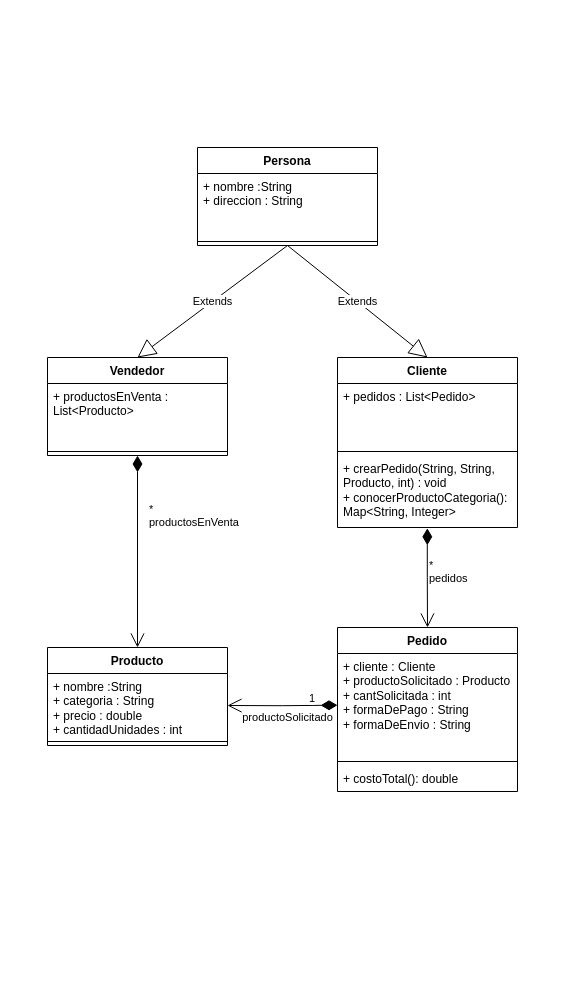
Earlier version of the draw.io diagram ejercicio23-mercado-de-objetos/Ejercicio23_UML.drawio (imnotsetro/OO1). Source tidied: cells renumbered, new cells numbered last; positions are measured from the earlier drawing's top-left corner, leaving out a move shared by most shapes. Both pictures are drawn from the tidied source at 100%, with x=0, y=0 at pixel (47, 147).
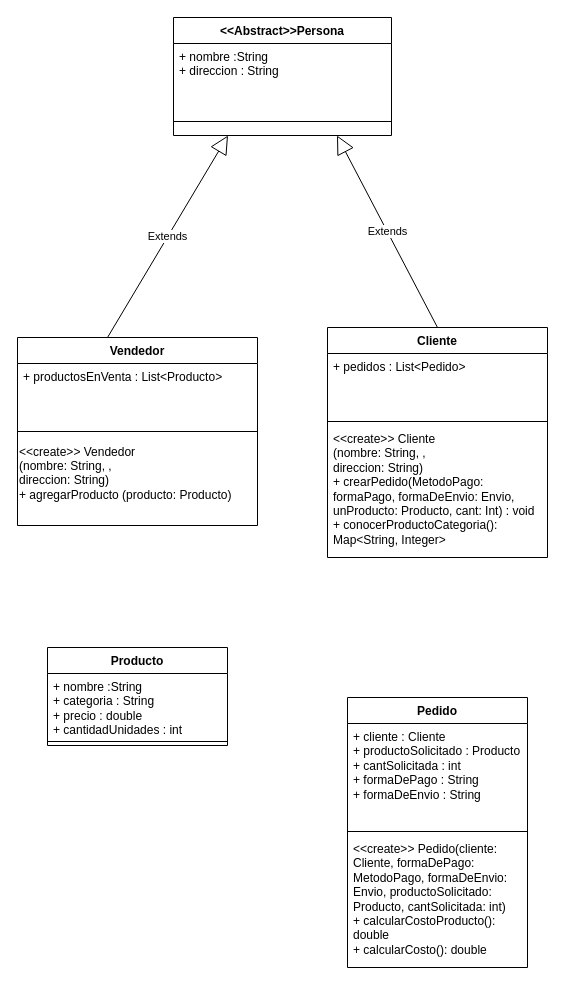
After the change.

The change refers to these unchanged cells:
```xml
<mxCell id="5" value="Producto" style="swimlane;fontStyle=1;align=center;verticalAlign=top;horizontal=1;startSize=26;whiteSpace=wrap;html=1;" parent="1" vertex="1">
  <mxGeometry y="500" width="180" height="98" as="geometry" />
</mxCell>
<mxCell id="6" value="&lt;div&gt;+ nombre :String&lt;/div&gt;&lt;div&gt;+ categoria : String&lt;/div&gt;&lt;div&gt;+ precio : double&lt;/div&gt;&lt;div&gt;+ cantidadUnidades : int&lt;/div&gt;" style="text;strokeColor=none;fillColor=none;align=left;verticalAlign=top;spacingLeft=4;spacingRight=4;overflow=hidden;points=[[0,0.5],[1,0.5]];portConstraint=eastwest;whiteSpace=wrap;html=1;" parent="5" vertex="1">
  <mxGeometry y="26" width="180" height="64" as="geometry" />
</mxCell>
```

What changed in the source:
```diff
@@
     <mxCell id="2" value="Vendedor" style="swimlane;fontStyle=1;align=center;verticalAlign=top;horizontal=1;startSize=26;whiteSpace=wrap;html=1;" parent="1" vertex="1">
-      <mxGeometry y="210" width="180" height="98" as="geometry" />
+      <mxGeometry x="-30" y="190" width="240" height="188" as="geometry" />
     </mxCell>
+    <mxCell id="25" value="Extends" style="endArrow=block;endSize=16;endFill=0;html=1;rounded=0;entryX=0.25;entryY=1;entryDx=0;entryDy=0;" parent="2" edge="1" target="8">
+      <mxGeometry relative="1" as="geometry">
+        <mxPoint x="90" as="sourcePoint" />
+      </mxGeometry>
+    </mxCell>
     <mxCell id="3" value="&lt;div&gt;+ productosEnVenta : List&amp;lt;Producto&amp;gt;&lt;br&gt;&lt;/div&gt;" style="text;strokeColor=none;fillColor=none;align=left;verticalAlign=top;spacingLeft=4;spacingRight=4;overflow=hidden;whiteSpace=wrap;html=1;" parent="2" vertex="1">
-      <mxGeometry y="26" width="180" height="64" as="geometry" />
+      <mxGeometry y="26" width="240" height="64" as="geometry" />
     </mxCell>
     <mxCell id="4" style="line;strokeWidth=1;fillColor=none;align=left;verticalAlign=middle;spacingTop=-1;spacingLeft=3;spacingRight=3;labelPosition=right;strokeColor=inherit;" parent="2" vertex="1">
-      <mxGeometry y="90" width="180" height="8" as="geometry" />
+      <mxGeometry y="90" width="240" height="8" as="geometry" />
     </mxCell>
+    <mxCell id="26" value="&lt;div&gt;&amp;lt;&amp;lt;create&amp;gt;&amp;gt; Vendedor&amp;nbsp;&lt;/div&gt;&lt;div&gt;(nombre: String, ,&amp;nbsp;&lt;/div&gt;&lt;div&gt;direccion: String)&lt;/div&gt;&lt;div&gt;+ agregarProducto (producto: Producto)&lt;br&gt;&lt;/div&gt;&lt;div&gt;&lt;br&gt;&lt;/div&gt;" style="text;html=1;align=left;verticalAlign=middle;strokeColor=none;fillColor=none;" parent="2" vertex="1">
+      <mxGeometry y="98" width="240" height="90" as="geometry" />
+    </mxCell>
@@
-    <mxCell id="8" value="Persona" style="swimlane;fontStyle=1;align=center;verticalAlign=top;horizontal=1;startSize=26;whiteSpace=wrap;html=1;" parent="1" vertex="1">
-      <mxGeometry x="150" width="180" height="98" as="geometry" />
+    <mxCell id="8" value="&amp;lt;&amp;lt;Abstract&amp;gt;&amp;gt;Persona" style="swimlane;fontStyle=1;align=center;verticalAlign=top;horizontal=1;startSize=26;whiteSpace=wrap;html=1;" parent="1" vertex="1">
+      <mxGeometry x="126" y="-130" width="218" height="118" as="geometry" />
     </mxCell>
     <mxCell id="9" value="&lt;div&gt;+ nombre :String&lt;/div&gt;&lt;div&gt;+ direccion : String&lt;/div&gt;" style="text;strokeColor=none;fillColor=none;align=left;verticalAlign=top;spacingLeft=4;spacingRight=4;overflow=hidden;whiteSpace=wrap;html=1;" parent="8" vertex="1">
-      <mxGeometry y="26" width="180" height="64" as="geometry" />
+      <mxGeometry y="26" width="218" height="64" as="geometry" />
     </mxCell>
     <mxCell id="10" style="line;strokeWidth=1;fillColor=none;align=left;verticalAlign=middle;spacingTop=-1;spacingLeft=3;spacingRight=3;labelPosition=right;strokeColor=inherit;" parent="8" vertex="1">
-      <mxGeometry y="90" width="180" height="8" as="geometry" />
+      <mxGeometry y="90" width="218" height="28" as="geometry" />
     </mxCell>
     <mxCell id="11" value="Cliente" style="swimlane;fontStyle=1;align=center;verticalAlign=top;horizontal=1;startSize=26;whiteSpace=wrap;html=1;" parent="1" vertex="1">
-      <mxGeometry x="290" y="210" width="180" height="170" as="geometry" />
+      <mxGeometry x="280" y="180" width="220" height="230" as="geometry" />
     </mxCell>
     <mxCell id="12" value="&lt;div&gt;+ pedidos : List&amp;lt;Pedido&amp;gt;&lt;br&gt;&lt;/div&gt;" style="text;strokeColor=none;fillColor=none;align=left;verticalAlign=top;spacingLeft=4;spacingRight=4;overflow=hidden;whiteSpace=wrap;html=1;" parent="11" vertex="1">
-      <mxGeometry y="26" width="180" height="64" as="geometry" />
+      <mxGeometry y="26" width="220" height="64" as="geometry" />
     </mxCell>
     <mxCell id="13" style="line;strokeWidth=1;fillColor=none;align=left;verticalAlign=middle;spacingTop=-1;spacingLeft=3;spacingRight=3;labelPosition=right;strokeColor=inherit;" parent="11" vertex="1">
-      <mxGeometry y="90" width="180" height="8" as="geometry" />
+      <mxGeometry y="90" width="220" height="8" as="geometry" />
     </mxCell>
-    <mxCell id="14" value="&lt;div&gt;+ crearPedido(String, String, Producto, int) : void&lt;/div&gt;&lt;div&gt;+ conocerProductoCategoria(): Map&amp;lt;String, Integer&amp;gt;&lt;br&gt;&lt;/div&gt;" style="text;strokeColor=none;fillColor=none;align=left;verticalAlign=top;spacingLeft=4;spacingRight=4;overflow=hidden;points=[[0,0.5],[1,0.5]];portConstraint=eastwest;whiteSpace=wrap;html=1;" parent="11" vertex="1">
-      <mxGeometry y="98" width="180" height="72" as="geometry" />
+    <mxCell id="14" value="&lt;div&gt;&lt;div&gt;&amp;lt;&amp;lt;create&amp;gt;&amp;gt; Cliente&lt;/div&gt;&lt;div&gt;(nombre: String, ,&amp;nbsp;&lt;/div&gt;&lt;div&gt;direccion: String)&lt;/div&gt;+ crearPedido(MetodoPago: formaPago, formaDeEnvio: Envio, unProducto: Producto, cant: Int) : void&lt;/div&gt;&lt;div&gt;+ conocerProductoCategoria(): Map&amp;lt;String, Integer&amp;gt;&lt;br&gt;&lt;/div&gt;" style="text;strokeColor=none;fillColor=none;align=left;verticalAlign=top;spacingLeft=4;spacingRight=4;overflow=hidden;points=[[0,0.5],[1,0.5]];portConstraint=eastwest;whiteSpace=wrap;html=1;" parent="11" vertex="1">
+      <mxGeometry y="98" width="220" height="132" as="geometry" />
     </mxCell>
     <mxCell id="15" value="Pedido" style="swimlane;fontStyle=1;align=center;verticalAlign=top;horizontal=1;startSize=26;whiteSpace=wrap;html=1;" parent="1" vertex="1">
-      <mxGeometry x="290" y="480" width="180" height="164" as="geometry" />
+      <mxGeometry x="300" y="550" width="180" height="270" as="geometry" />
     </mxCell>
@@
-    <mxCell id="17" value="1" style="endArrow=open;html=1;endSize=12;startArrow=diamondThin;startSize=14;startFill=1;edgeStyle=orthogonalEdgeStyle;align=left;verticalAlign=bottom;rounded=0;entryX=1;entryY=0.5;entryDx=0;entryDy=0;" parent="15" edge="1" target="6">
-      <mxGeometry x="-0.45" y="2" relative="1" as="geometry">
-        <mxPoint y="77.7" as="sourcePoint" />
-      </mxGeometry>
-    </mxCell>
-    <mxCell id="18" value="productoSolicitado" style="edgeLabel;html=1;align=center;verticalAlign=middle;" parent="17" vertex="1">
-      <mxGeometry x="-0.6" y="-6" relative="1" as="geometry">
-        <mxPoint x="-28" y="18" as="offset" />
-      </mxGeometry>
-    </mxCell>
@@
-    <mxCell id="20" value="+ costoTotal(): double" style="text;strokeColor=none;fillColor=none;align=left;verticalAlign=top;spacingLeft=4;spacingRight=4;overflow=hidden;whiteSpace=wrap;html=1;" parent="15" vertex="1">
-      <mxGeometry y="138" width="180" height="26" as="geometry" />
+    <mxCell id="20" value="&amp;lt;&amp;lt;create&amp;gt;&amp;gt; Pedido(cliente: Cliente, formaDePago: MetodoPago, formaDeEnvio: Envio, productoSolicitado: Producto, cantSolicitada: int)&lt;br&gt;+ calcularCostoProducto(): double&lt;br&gt;+ calcularCosto(): double" style="text;strokeColor=none;fillColor=none;align=left;verticalAlign=top;spacingLeft=4;spacingRight=4;overflow=hidden;whiteSpace=wrap;html=1;" parent="15" vertex="1">
+      <mxGeometry y="138" width="180" height="132" as="geometry" />
     </mxCell>
-    <mxCell id="21" value="Extends" style="endArrow=block;endSize=16;endFill=0;html=1;rounded=0;entryX=0.5;entryY=0;entryDx=0;entryDy=0;exitX=0.5;exitY=1;exitDx=0;exitDy=0;" parent="1" edge="1" source="8" target="11">
-      <mxGeometry relative="1" as="geometry" />
-    </mxCell>
-    <mxCell id="22" value="Extends" style="endArrow=block;endSize=16;endFill=0;html=1;rounded=0;entryX=0.5;entryY=0;entryDx=0;entryDy=0;exitX=0.5;exitY=1;exitDx=0;exitDy=0;" parent="1" edge="1" source="8" target="2">
-      <mxGeometry relative="1" as="geometry" />
-    </mxCell>
-    <mxCell id="23" value="&lt;div&gt;*&lt;/div&gt;&lt;div&gt;pedidos&lt;br&gt;&lt;/div&gt;" style="endArrow=open;html=1;endSize=12;startArrow=diamondThin;startSize=14;startFill=1;edgeStyle=orthogonalEdgeStyle;align=left;verticalAlign=bottom;rounded=0;entryX=0.5;entryY=0;entryDx=0;entryDy=0;exitX=0.499;exitY=1.011;exitDx=0;exitDy=0;exitPerimeter=0;" parent="1" edge="1" source="14" target="15">
-      <mxGeometry x="0.19" relative="1" as="geometry" />
-    </mxCell>
-    <mxCell id="24" value="&lt;div&gt;*&lt;/div&gt;&lt;div&gt;productosEnVenta&lt;br&gt;&lt;/div&gt;" style="endArrow=open;html=1;endSize=12;startArrow=diamondThin;startSize=14;startFill=1;edgeStyle=orthogonalEdgeStyle;align=left;verticalAlign=bottom;rounded=0;entryX=0.5;entryY=0;entryDx=0;entryDy=0;exitX=0.5;exitY=1;exitDx=0;exitDy=0;" parent="1" edge="1" source="2" target="5">
-      <mxGeometry x="-0.21" y="10" relative="1" as="geometry" />
-    </mxCell>
+    <mxCell id="27" value="Extends" style="endArrow=block;endSize=16;endFill=0;html=1;rounded=0;exitX=0.5;exitY=0;exitDx=0;exitDy=0;entryX=0.75;entryY=1;entryDx=0;entryDy=0;" parent="1" edge="1" source="11" target="8">
+      <mxGeometry relative="1" as="geometry" />
+    </mxCell>
```
